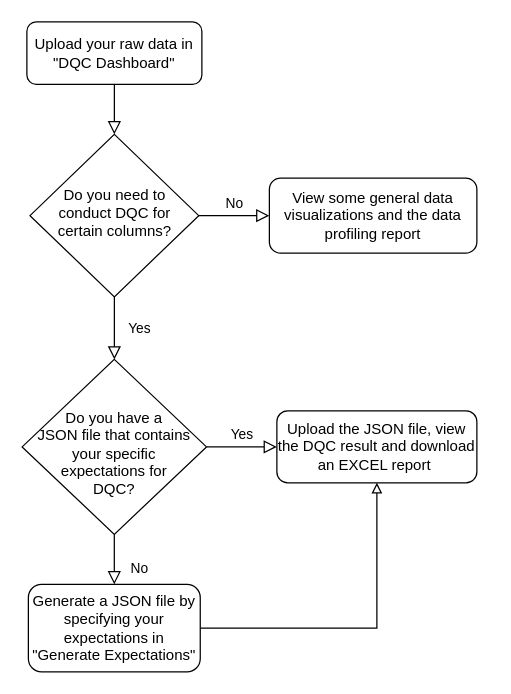
rawaaghali1/Streamlit_Data_Quality_Check keeps this draw.io diagram as Untitled Diagram.drawio. Above is the earlier version. Source tidied: cells renumbered, new cells numbered last; positions are measured from the earlier drawing's top-left corner, leaving out a move shared by most shapes. Both pictures are drawn from the tidied source at 125%, with x=0, y=0 at pixel (21, 21).
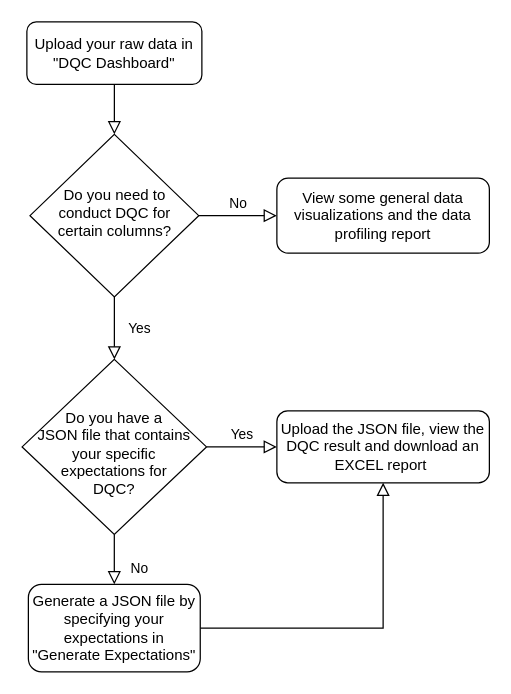
The same diagram, later.

What changed in the source:
```diff
@@
 <mxGraphModel>
   <root>
     <mxCell id="0" />
     <mxCell id="1" parent="0" />
     <mxCell id="2" style="rounded=0;html=1;jettySize=auto;fontSize=11;endArrow=block;endFill=0;endSize=8;strokeWidth=1;shadow=0;labelBackgroundColor=none;edgeStyle=orthogonalEdgeStyle;" parent="1" edge="1" source="3" target="6">
       <mxGeometry relative="1" as="geometry" />
     </mxCell>
     <mxCell id="3" value="Upload your raw data in &quot;DQC Dashboard&quot;" style="rounded=1;whiteSpace=wrap;html=1;fontSize=12;glass=0;strokeWidth=1;shadow=0;" parent="1" vertex="1">
       <mxGeometry x="4" width="140" height="50" as="geometry" />
     </mxCell>
     <mxCell id="4" value="Yes" style="rounded=0;html=1;jettySize=auto;fontSize=11;endArrow=block;endFill=0;endSize=8;strokeWidth=1;shadow=0;labelBackgroundColor=none;edgeStyle=orthogonalEdgeStyle;" parent="1" edge="1" source="6" target="10">
       <mxGeometry y="20" relative="1" as="geometry" />
     </mxCell>
     <mxCell id="5" value="No" style="edgeStyle=orthogonalEdgeStyle;rounded=0;html=1;jettySize=auto;fontSize=11;endArrow=block;endFill=0;endSize=8;strokeWidth=1;shadow=0;labelBackgroundColor=none;" parent="1" edge="1" source="6" target="7">
       <mxGeometry y="10" relative="1" as="geometry" />
     </mxCell>
     <mxCell id="6" value="Do you need to &lt;br&gt;conduct DQC for &lt;br&gt;certain columns?" style="rhombus;whiteSpace=wrap;html=1;shadow=0;fontFamily=Helvetica;fontSize=12;align=center;strokeWidth=1;spacing=6;spacingTop=-4;" parent="1" vertex="1">
       <mxGeometry x="6.5" y="90" width="135" height="130" as="geometry" />
     </mxCell>
     <mxCell id="7" value="View some general data visualizations and the data profiling report" style="rounded=1;whiteSpace=wrap;html=1;fontSize=12;glass=0;strokeWidth=1;shadow=0;" parent="1" vertex="1">
-      <mxGeometry x="198" y="125" width="166" height="60" as="geometry" />
+      <mxGeometry x="204" y="125" width="170" height="60" as="geometry" />
     </mxCell>
     <mxCell id="8" value="No" style="rounded=0;html=1;jettySize=auto;fontSize=11;endArrow=block;endFill=0;endSize=8;strokeWidth=1;shadow=0;labelBackgroundColor=none;edgeStyle=orthogonalEdgeStyle;" parent="1" edge="1" source="10" target="12">
       <mxGeometry x="0.33" y="20" relative="1" as="geometry" />
     </mxCell>
     <mxCell id="9" value="Yes" style="edgeStyle=orthogonalEdgeStyle;rounded=0;html=1;jettySize=auto;fontSize=11;endArrow=block;endFill=0;endSize=8;strokeWidth=1;shadow=0;labelBackgroundColor=none;" parent="1" edge="1" source="10" target="13">
       <mxGeometry y="10" relative="1" as="geometry" />
     </mxCell>
     <mxCell id="10" value="&lt;br&gt;Do you have a &lt;br&gt;JSON file that contains your specific &lt;br&gt;expectations for &lt;br&gt;DQC?" style="rhombus;whiteSpace=wrap;html=1;shadow=0;fontFamily=Helvetica;fontSize=12;align=center;strokeWidth=1;spacing=6;spacingTop=-4;" parent="1" vertex="1">
       <mxGeometry x="0.2" y="270" width="147.5" height="140" as="geometry" />
     </mxCell>
-    <mxCell id="11" style="edgeStyle=orthogonalEdgeStyle;rounded=0;jettySize=auto;html=1;exitX=1;exitY=0.5;exitDx=0;exitDy=0;entryX=0.5;entryY=1;entryDx=0;entryDy=0;endArrow=block;endFill=0;" parent="1" edge="1" source="12" target="13">
+    <mxCell id="11" style="edgeStyle=orthogonalEdgeStyle;rounded=0;jettySize=auto;html=1;exitX=1;exitY=0.5;exitDx=0;exitDy=0;entryX=0.5;entryY=1;entryDx=0;entryDy=0;endArrow=block;endFill=0;endSize=8;" parent="1" edge="1" source="12" target="13">
       <mxGeometry relative="1" as="geometry" />
     </mxCell>
     <mxCell id="12" value="Generate a JSON file by specifying your expectations in &quot;Generate Expectations&quot;" style="rounded=1;whiteSpace=wrap;html=1;fontSize=12;glass=0;strokeWidth=1;shadow=0;" parent="1" vertex="1">
       <mxGeometry x="5.2" y="450" width="137.5" height="70" as="geometry" />
     </mxCell>
     <mxCell id="13" value="Upload the JSON file, view the DQC result and download an EXCEL report&amp;nbsp;" style="rounded=1;whiteSpace=wrap;html=1;fontSize=12;glass=0;strokeWidth=1;shadow=0;" parent="1" vertex="1">
-      <mxGeometry x="204" y="311.2" width="160" height="57.5" as="geometry" />
+      <mxGeometry x="204" y="311.2" width="170" height="57.5" as="geometry" />
     </mxCell>
   </root>
 </mxGraphModel>
```
